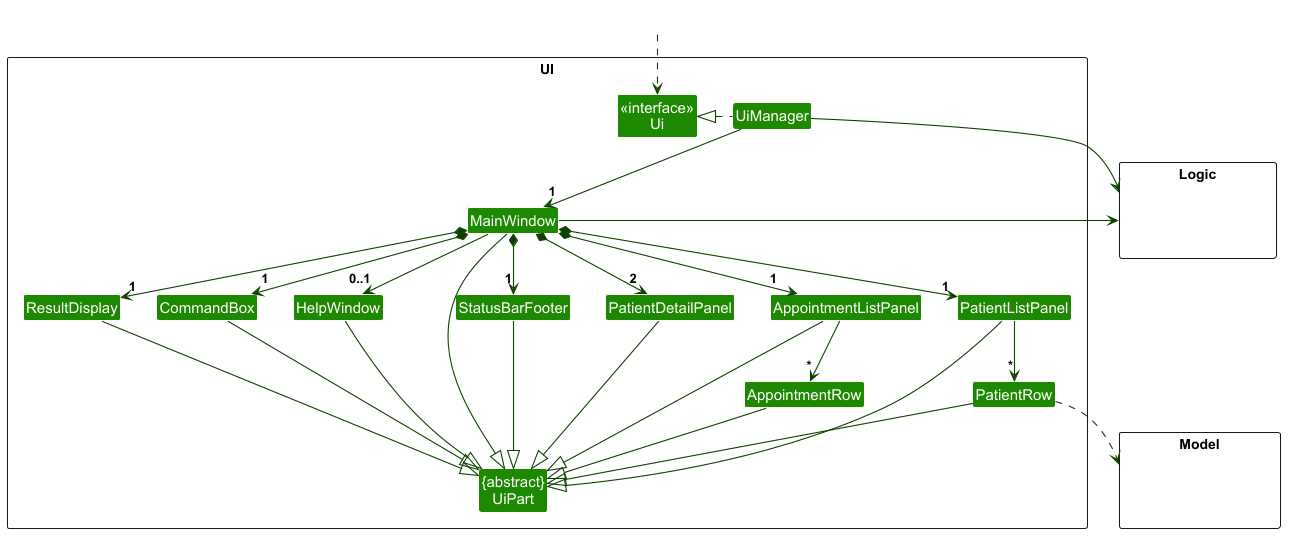
This is docs/images/UiClassDiagram.png from Bruhmiuz/teePee, a PlantUML export, as it was before one commit.
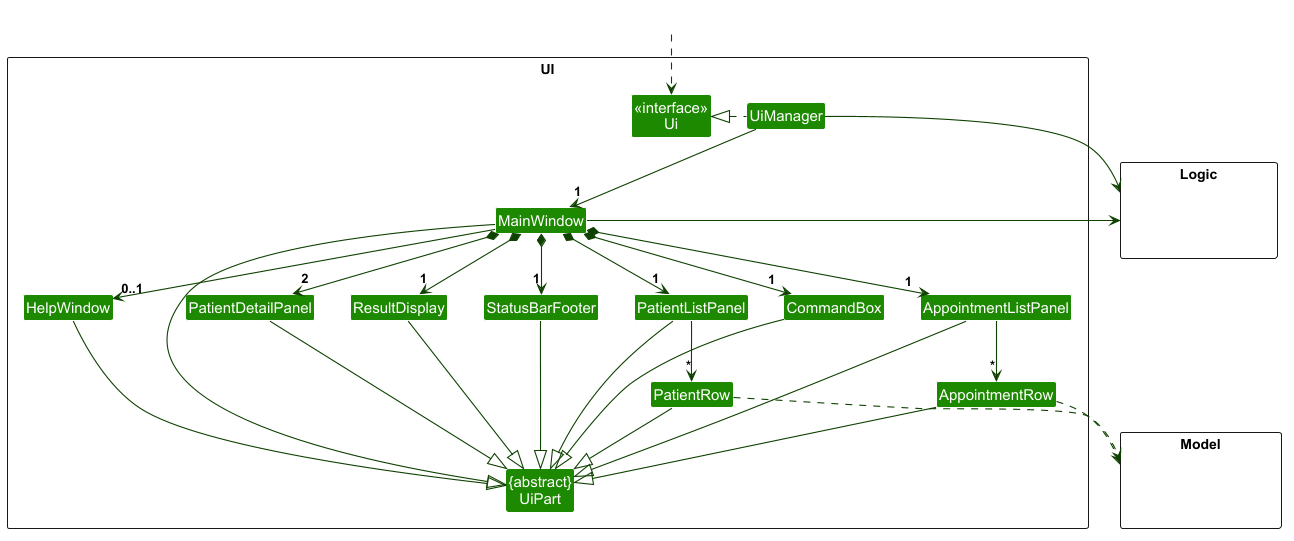
The same diagram one commit later.

Commit message:
Add the AppointmentRow dependency to the UI diagram

What changed in the source:
```diff
@@ -57,6 +57,7 @@
 HelpWindow --|> UiPart
 
 PatientRow ..> Model
+AppointmentRow ..> Model
 UiManager -right-> Logic
 MainWindow -left-> Logic
 
```
